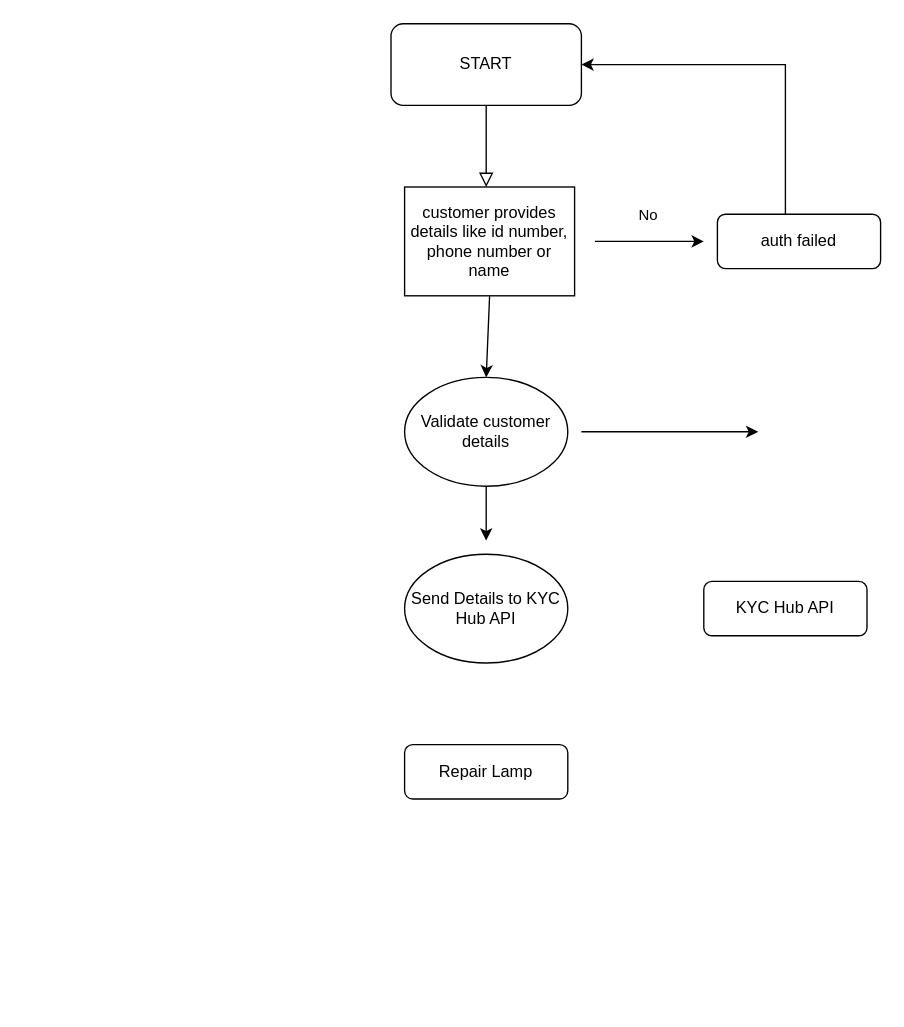
This is kycHub.drawio from SheikhJack/FlowChart-for-kycHub, a draw.io file, before an edit. Source tidied: cells renumbered, new cells numbered last; positions are measured from the earlier drawing's top-left corner, leaving out a move shared by most shapes. Both pictures are drawn from the tidied source at 136%, with x=0, y=0 at pixel (390, 23).
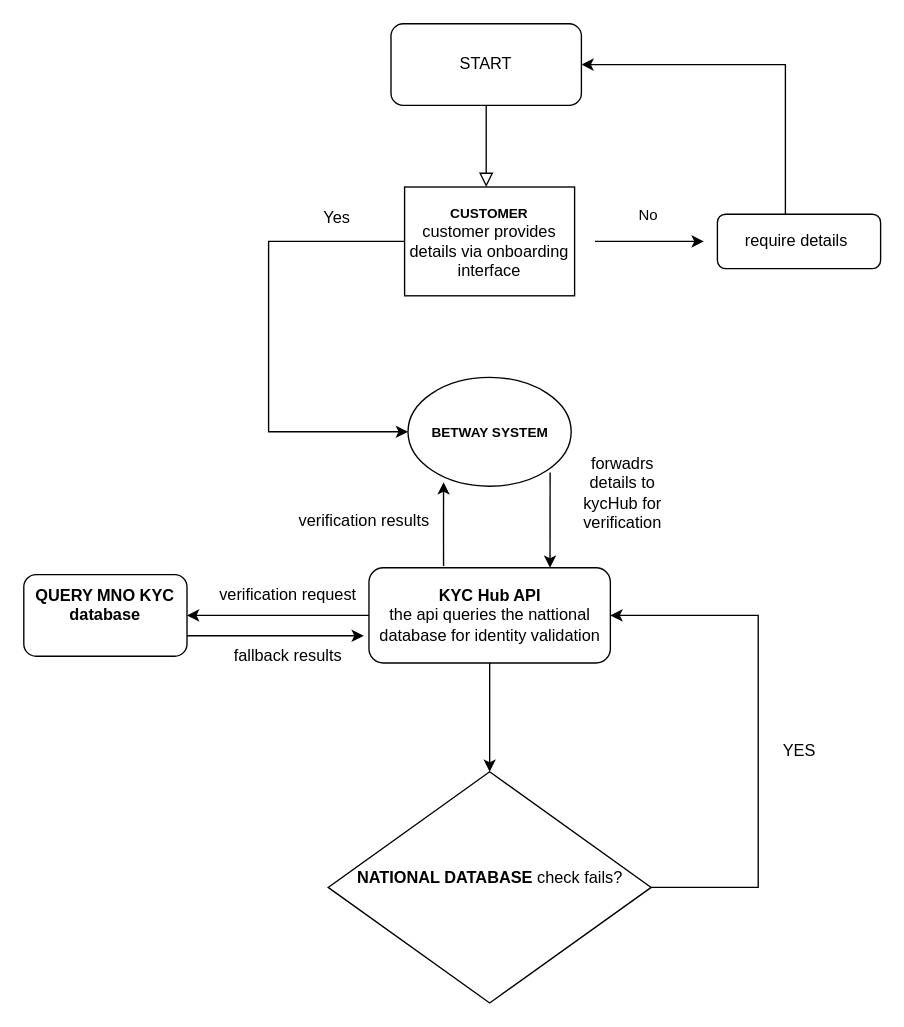
After the change.

Diff of the diagram source:
```diff
@@
-    <mxCell id="5" value="auth failed" style="rounded=1;whiteSpace=wrap;html=1;fontSize=12;glass=0;strokeWidth=1;shadow=0;" parent="1" vertex="1">
+    <mxCell id="5" value="require details&amp;nbsp;" style="rounded=1;whiteSpace=wrap;html=1;fontSize=12;glass=0;strokeWidth=1;shadow=0;" parent="1" vertex="1">
       <mxGeometry x="240" y="140" width="120" height="40" as="geometry" />
     </mxCell>
-    <mxCell id="6" value="Repair Lamp" style="rounded=1;whiteSpace=wrap;html=1;fontSize=12;glass=0;strokeWidth=1;shadow=0;" parent="1" vertex="1">
-      <mxGeometry x="10" y="530" width="120" height="40" as="geometry" />
-    </mxCell>
+    <mxCell id="16" style="edgeStyle=orthogonalEdgeStyle;rounded=0;jettySize=auto;html=1;" parent="1" edge="1" source="7" target="20">
+      <mxGeometry relative="1" as="geometry" />
+    </mxCell>
+    <mxCell id="17" style="edgeStyle=orthogonalEdgeStyle;rounded=0;jettySize=auto;html=1;" parent="1" edge="1" source="7" target="23">
+      <mxGeometry relative="1" as="geometry" />
+    </mxCell>
+    <mxCell id="18" style="edgeStyle=orthogonalEdgeStyle;rounded=0;jettySize=auto;html=1;entryX=0.218;entryY=0.963;entryDx=0;entryDy=0;entryPerimeter=0;exitX=0.309;exitY=-0.02;exitDx=0;exitDy=0;exitPerimeter=0;" parent="1" edge="1" source="7" target="8">
+      <mxGeometry relative="1" as="geometry" />
+    </mxCell>
-    <mxCell id="7" value="KYC Hub API" style="rounded=1;whiteSpace=wrap;html=1;fontSize=12;glass=0;strokeWidth=1;shadow=0;" parent="1" vertex="1">
-      <mxGeometry x="230" y="410" width="120" height="40" as="geometry" />
+    <mxCell id="7" value="&lt;b&gt;&lt;font&gt;KYC Hub API&lt;/font&gt;&lt;/b&gt;&lt;div&gt;&lt;font style=&quot;&quot;&gt;the api queries the nattional database for identity validation&lt;/font&gt;&lt;/div&gt;" style="rounded=1;whiteSpace=wrap;html=1;fontSize=12;glass=0;strokeWidth=1;shadow=0;" parent="1" vertex="1">
+      <mxGeometry x="-16.2" y="400" width="177.5" height="70" as="geometry" />
     </mxCell>
-    <mxCell id="8" value="Validate customer details" style="ellipse;whiteSpace=wrap;html=1;" parent="1" vertex="1">
-      <mxGeometry x="10" y="260" width="120" height="80" as="geometry" />
+    <mxCell id="8" value="&lt;div&gt;&lt;font size=&quot;1&quot;&gt;&lt;b&gt;BETWAY SYSTEM&lt;/b&gt;&lt;/font&gt;&lt;/div&gt;" style="ellipse;whiteSpace=wrap;html=1;" parent="1" vertex="1">
+      <mxGeometry x="12.5" y="260" width="120" height="80" as="geometry" />
     </mxCell>
-    <mxCell id="9" value="Send Details to KYC Hub API" style="ellipse;whiteSpace=wrap;html=1;" parent="1" vertex="1">
-      <mxGeometry x="10" y="390" width="120" height="80" as="geometry" />
-    </mxCell>
-    <mxCell id="10" value="customer provides details like id number, phone number or name" style="rounded=0;whiteSpace=wrap;html=1;" parent="1" vertex="1">
+    <mxCell id="10" value="&lt;div&gt;&lt;span style=&quot;background-color: initial;&quot;&gt;&lt;font size=&quot;1&quot;&gt;&lt;b&gt;CUSTOMER&lt;/b&gt;&lt;/font&gt;&lt;/span&gt;&lt;/div&gt;&lt;div&gt;&lt;span style=&quot;background-color: initial;&quot;&gt;customer provides details via onboarding interface&lt;/span&gt;&lt;/div&gt;" style="rounded=0;whiteSpace=wrap;html=1;" parent="1" vertex="1">
       <mxGeometry x="10" y="120" width="125" height="80" as="geometry" />
     </mxCell>
-    <mxCell id="11" style="endArrow=classic;html=1;rounded=0;" parent="1" edge="1">
-      <mxGeometry relative="1" as="geometry">
-        <mxPoint x="140" y="300" as="sourcePoint" />
-        <mxPoint x="270" y="300" as="targetPoint" />
-      </mxGeometry>
-    </mxCell>
-    <mxCell id="12" style="endArrow=classic;html=1;rounded=0;entryX=0.5;entryY=0;entryDx=0;entryDy=0;exitX=0.5;exitY=1;exitDx=0;exitDy=0;" parent="1" edge="1" source="10" target="8">
-      <mxGeometry relative="1" as="geometry" />
+    <mxCell id="12" style="endArrow=classic;html=1;rounded=0;entryX=0;entryY=0.5;entryDx=0;entryDy=0;exitX=0;exitY=0.5;exitDx=0;exitDy=0;" parent="1" edge="1" source="10" target="8">
+      <mxGeometry relative="1" as="geometry">
+        <Array as="points">
+          <mxPoint x="-90" y="160" />
+          <mxPoint x="-90" y="300" />
+        </Array>
+      </mxGeometry>
     </mxCell>
@@
-    <mxCell id="15" style="endArrow=classic;html=1;rounded=0;exitX=0.5;exitY=1;exitDx=0;exitDy=0;" parent="1" edge="1" source="8">
+    <mxCell id="15" style="endArrow=classic;html=1;rounded=0;entryX=0.75;entryY=0;entryDx=0;entryDy=0;" parent="1" edge="1" target="7">
       <mxGeometry relative="1" as="geometry">
-        <mxPoint x="70" y="380" as="targetPoint" />
+        <mxPoint x="117" y="330" as="sourcePoint" />
       </mxGeometry>
     </mxCell>
+    <mxCell id="19" style="edgeStyle=orthogonalEdgeStyle;rounded=0;jettySize=auto;html=1;entryX=1;entryY=0.5;entryDx=0;entryDy=0;" parent="1" edge="1" source="20" target="7">
+      <mxGeometry relative="1" as="geometry">
+        <Array as="points">
+          <mxPoint x="270" y="635" />
+          <mxPoint x="270" y="435" />
+        </Array>
+      </mxGeometry>
+    </mxCell>
+    <mxCell id="20" value="&lt;b&gt;NATIONAL DATABASE &lt;/b&gt;check fails?&lt;div&gt;&lt;br&gt;&lt;/div&gt;" style="rhombus;whiteSpace=wrap;html=1;" parent="1" vertex="1">
+      <mxGeometry x="-46.2" y="550" width="237.5" height="170" as="geometry" />
+    </mxCell>
+    <mxCell id="21" value="YES" style="text;html=1;align=center;verticalAlign=middle;strokeColor=none;fillColor=none;" parent="1" vertex="1">
+      <mxGeometry x="275" y="520" width="50" height="30" as="geometry" />
+    </mxCell>
+    <mxCell id="22" style="edgeStyle=orthogonalEdgeStyle;rounded=0;jettySize=auto;html=1;exitX=1;exitY=0.75;exitDx=0;exitDy=0;" parent="1" edge="1" source="23">
+      <mxGeometry relative="1" as="geometry">
+        <mxPoint x="-20" y="450" as="targetPoint" />
+      </mxGeometry>
+    </mxCell>
+    <mxCell id="23" value="&lt;b&gt;QUERY MNO KYC database&lt;/b&gt;&lt;div&gt;&lt;br&gt;&lt;/div&gt;" style="whiteSpace=wrap;html=1;rounded=1;glass=0;strokeWidth=1;shadow=0;" parent="1" vertex="1">
+      <mxGeometry x="-270" y="405" width="120" height="60" as="geometry" />
+    </mxCell>
+    <mxCell id="24" value="verification request" style="text;html=1;align=center;verticalAlign=middle;strokeColor=none;fillColor=none;" parent="1" vertex="1">
+      <mxGeometry x="-136.2" y="405" width="120" height="30" as="geometry" />
+    </mxCell>
+    <mxCell id="25" value="fallback results" style="text;html=1;align=center;verticalAlign=middle;strokeColor=none;fillColor=none;" parent="1" vertex="1">
+      <mxGeometry x="-126.2" y="450" width="100" height="30" as="geometry" />
+    </mxCell>
+    <mxCell id="26" value="&lt;span style=&quot;text-wrap-mode: wrap;&quot;&gt;forwadrs details to kycHub for verification&lt;/span&gt;" style="text;html=1;align=center;verticalAlign=middle;strokeColor=none;fillColor=none;" parent="1" vertex="1">
+      <mxGeometry x="50" y="330" width="240" height="30" as="geometry" />
+    </mxCell>
+    <mxCell id="27" value="&lt;p style=&quot;margin-bottom: 0in&quot;&gt;verification results&lt;/p&gt;" style="text;html=1;align=center;verticalAlign=middle;strokeColor=none;fillColor=none;flipH=1;" parent="1" vertex="1">
+      <mxGeometry x="-80" y="340" width="120" height="40" as="geometry" />
+    </mxCell>
+    <mxCell id="28" value="Yes" style="text;html=1;align=center;verticalAlign=middle;strokeColor=none;fillColor=none;" parent="1" vertex="1">
+      <mxGeometry x="-60" y="128" width="40" height="30" as="geometry" />
+    </mxCell>
```
